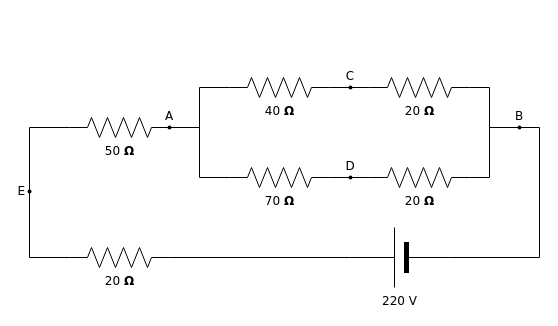
Before: Untitled Diagram.drawio in hochu-leto/cook_book_file, a draw.io diagram. Source tidied: cells renumbered, new cells numbered last; positions are measured from the earlier drawing's top-left corner, leaving out a move shared by most shapes. Both pictures are drawn from the tidied source at 100%, with x=0, y=0 at pixel (27, 77).
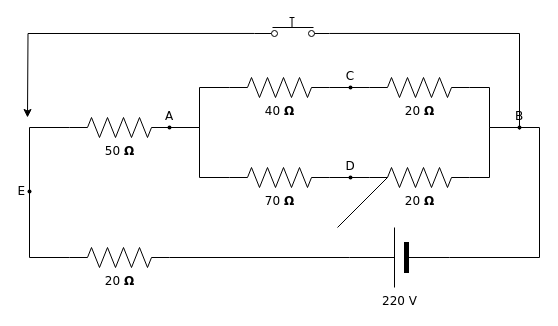
The same page after the edit.

The change refers to these unchanged cells:
```xml
<mxCell id="21" value="B" style="ellipse;whiteSpace=wrap;html=1;rounded=1;shadow=0;comic=0;labelBackgroundColor=none;strokeColor=none;strokeWidth=2;fillColor=#000000;fontFamily=Verdana;fontSize=12;fontColor=#000000;align=center;labelPosition=center;verticalLabelPosition=top;verticalAlign=bottom;" parent="1" vertex="1">
  <mxGeometry x="490" y="48" width="4" height="4" as="geometry" />
</mxCell>
```

What changed in the source:
```diff
@@
+    <mxCell id="23" style="edgeStyle=orthogonalEdgeStyle;rounded=0;jettySize=auto;html=1;exitX=0;exitY=0.84;exitDx=0;exitDy=0;exitPerimeter=0;" parent="1" edge="1" source="25">
+      <mxGeometry relative="1" as="geometry">
+        <mxPoint y="40" as="targetPoint" />
+      </mxGeometry>
+    </mxCell>
+    <mxCell id="24" style="edgeStyle=orthogonalEdgeStyle;rounded=0;jettySize=auto;html=1;exitX=1;exitY=0.84;exitDx=0;exitDy=0;exitPerimeter=0;endArrow=none;endFill=0;entryX=0.5;entryY=1;entryDx=0;entryDy=0;" parent="1" edge="1" source="25" target="21">
+      <mxGeometry relative="1" as="geometry">
+        <Array as="points">
+          <mxPoint x="492" y="-44" />
+        </Array>
+      </mxGeometry>
+    </mxCell>
+    <mxCell id="25" style="verticalLabelPosition=bottom;shadow=0;dashed=0;align=center;html=1;verticalAlign=top;shape=mxgraph.electrical.electro-mechanical.push_switch_no;" parent="1" vertex="1">
+      <mxGeometry x="227" y="-60" width="75" height="19" as="geometry" />
+    </mxCell>
+    <mxCell id="26" style="endArrow=none;html=1;" parent="1" edge="1">
+      <mxGeometry relative="1" as="geometry">
+        <mxPoint x="310" y="150" as="sourcePoint" />
+        <mxPoint x="360" y="100" as="targetPoint" />
+      </mxGeometry>
+    </mxCell>
```
